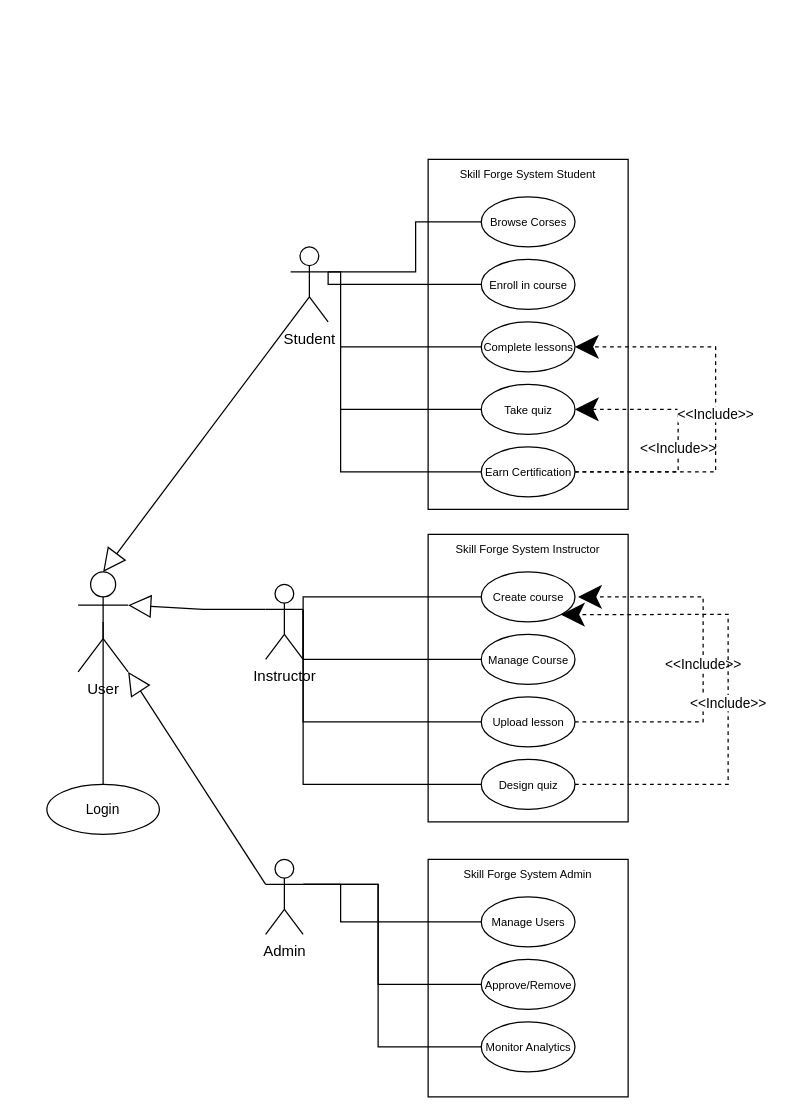
Above: Untitled Diagram.drawio in RodinaMohamed04/Lab6 (draw.io), before the change. Source tidied: cells renumbered, new cells numbered last; positions are measured from the earlier drawing's top-left corner, leaving out a move shared by most shapes. Both pictures are drawn from the tidied source at 125%, with x=0, y=0 at pixel (46, 159).
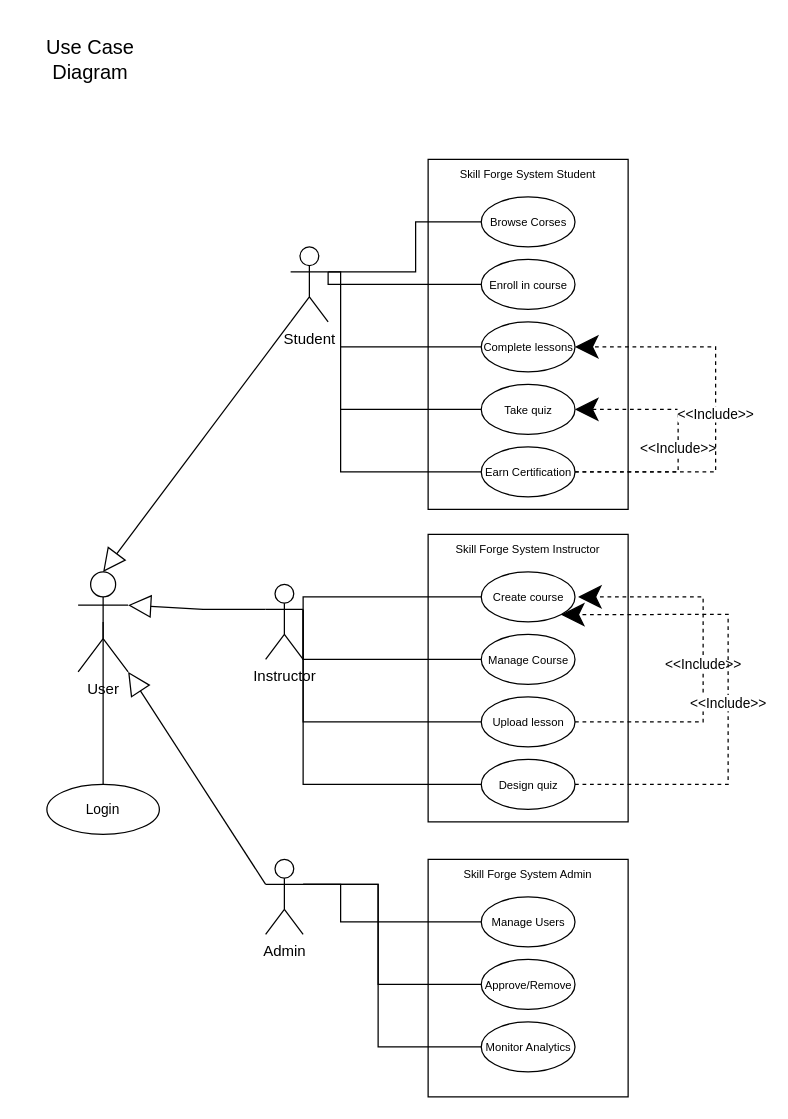
The same diagram, later.

Diff of the diagram source:
```diff
@@
+    <mxCell id="72" value="Use Case Diagram" style="text;html=1;whiteSpace=wrap;strokeColor=none;fillColor=light-dark(#FFFFFF,#CC99FF);align=center;verticalAlign=middle;rounded=0;fontFamily=Helvetica;fontSize=16;labelBackgroundColor=none;gradientColor=none;shadow=0;" parent="1" vertex="1">
+      <mxGeometry x="-20" y="-110" width="110" height="60" as="geometry" />
+    </mxCell>
```
